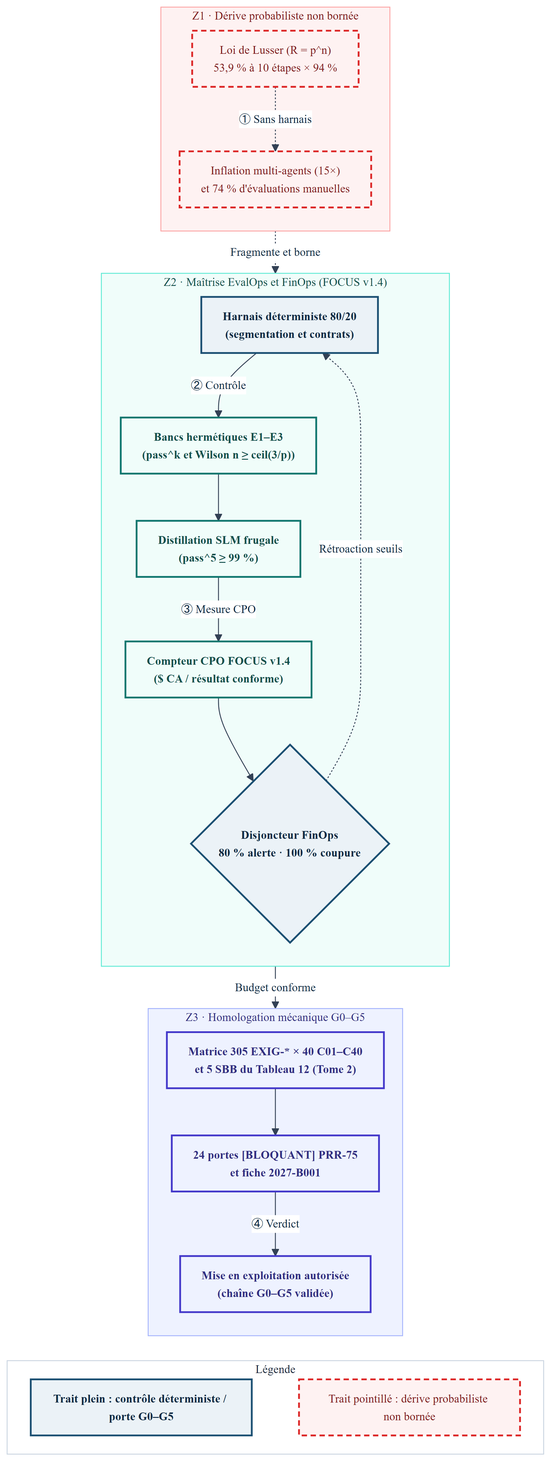
Earlier version of the Mermaid export Sources/Compendium/ouvrage/schemas/rendus/SCH-00-04.png (agbruneau/Agentique). Its source is kept beside it as Sources/Compendium/ouvrage/schemas/SCH-00-04.mmd.
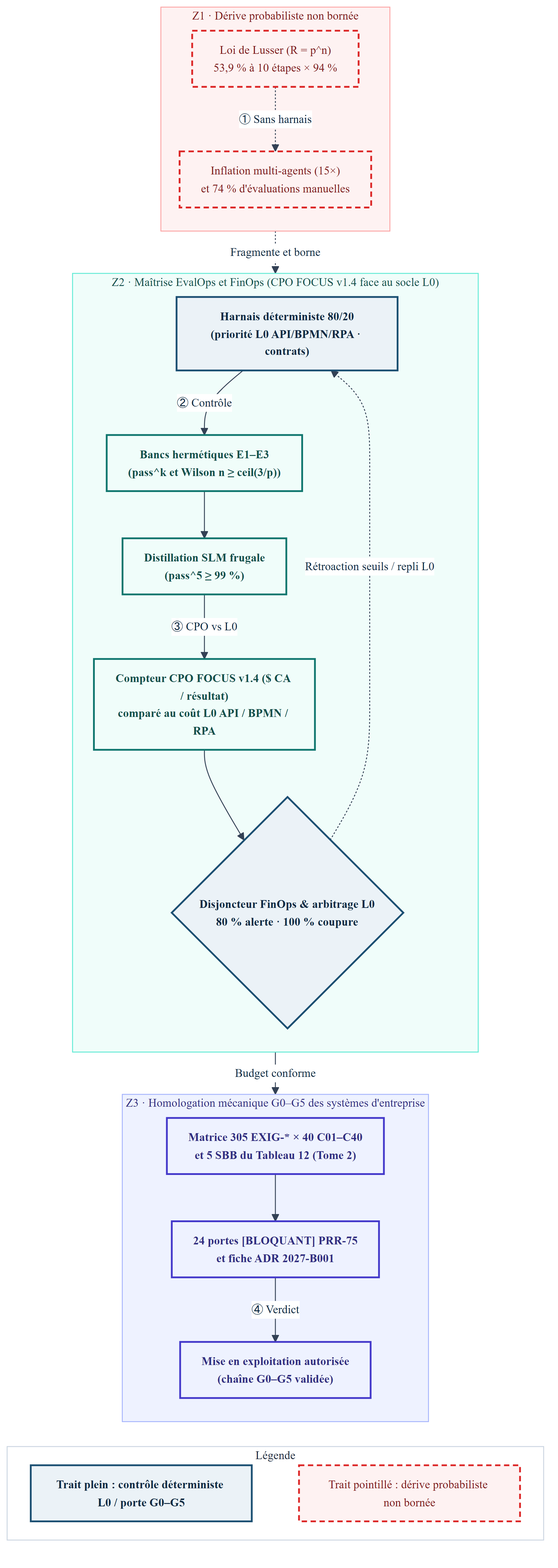
After the commit.

What changed in the source:
```diff
@@ -7,34 +7,34 @@
     N1 -.->|"① Sans harnais"| N2
   end
 
-  subgraph Z2["Z2 · Maîtrise EvalOps et FinOps (FOCUS v1.4)"]
+  subgraph Z2["Z2 · Maîtrise EvalOps et FinOps (CPO FOCUS v1.4 face au socle L0)"]
     direction TB
-    N3["Harnais déterministe 80/20<br/>(segmentation et contrats)"]:::det
+    N3["Harnais déterministe 80/20<br/>(priorité L0 API/BPMN/RPA · contrats)"]:::det
     N4["Bancs hermétiques E1–E3<br/>(pass^k et Wilson n ≥ ceil(3/p))"]:::teal
     N5["Distillation SLM frugale<br/>(pass^5 ≥ 99 %)"]:::teal
-    N6["Compteur CPO FOCUS v1.4<br/>($ CA / résultat conforme)"]:::teal
-    N7{"Disjoncteur FinOps<br/>80 % alerte · 100 % coupure"}:::det
+    N6["Compteur CPO FOCUS v1.4 ($ CA / résultat)<br/>comparé au coût L0 API / BPMN / RPA"]:::teal
+    N7{"Disjoncteur FinOps & arbitrage L0<br/>80 % alerte · 100 % coupure"}:::det
     N3 -->|"② Contrôle"| N4
     N4 --> N5
-    N5 -->|"③ Mesure CPO"| N6
+    N5 -->|"③ CPO vs L0"| N6
     N6 --> N7
   end
 
-  subgraph Z3["Z3 · Homologation mécanique G0–G5"]
+  subgraph Z3["Z3 · Homologation mécanique G0–G5 des systèmes d'entreprise"]
     direction TB
     N8["Matrice 305 EXIG-* × 40 C01–C40<br/>et 5 SBB du Tableau 12 (Tome 2)"]:::indigo
-    N9["24 portes [BLOQUANT] PRR-75<br/>et fiche 2027-B001"]:::indigo
+    N9["24 portes [BLOQUANT] PRR-75<br/>et fiche ADR 2027-B001"]:::indigo
     N10["Mise en exploitation autorisée<br/>(chaîne G0–G5 validée)"]:::indigo
     N8 --> N9 -->|"④ Verdict"| N10
   end
 
   N2 -.->|"Fragmente et borne"| N3
   N7 -->|"Budget conforme"| N8
-  N7 -.->|"Rétroaction seuils"| N3
+  N7 -.->|"Rétroaction seuils / repli L0"| N3
 
   subgraph LEG["Légende"]
     direction LR
-    L_DET["Trait plein : contrôle déterministe / porte G0–G5"]:::det
+    L_DET["Trait plein : contrôle déterministe L0 / porte G0–G5"]:::det
     L_PROB["Trait pointillé : dérive probabiliste non bornée"]:::warn
     L_DET ~~~ L_PROB
   end
```
